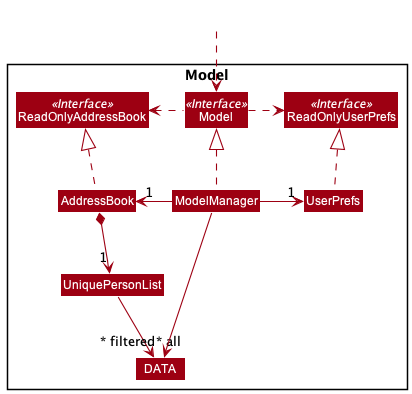
The PlantUML diagram docs/images/ModelClassDiagram.png in whoisjustinngo/tp, before a commit.
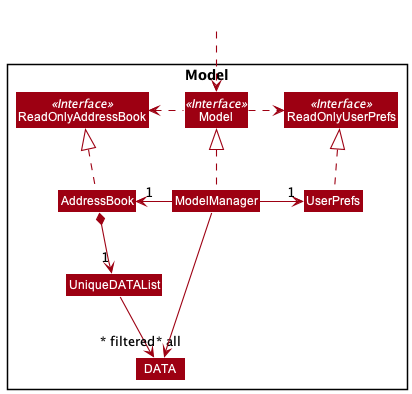
The same diagram one commit later.

Commit message:
Fixes to github pages failed rendering

Diff of the diagram source:
```diff
@@ -16,7 +16,7 @@
 Class ReadOnlyUserPrefs
 
 
-Class UniquePersonList
+Class UniqueDATAList
 Class DATA
 }
 
@@ -32,8 +32,8 @@
 ModelManager -right-> "1" UserPrefs
 UserPrefs .up.|> ReadOnlyUserPrefs
 
-AddressBook *--> "1" UniquePersonList
-UniquePersonList --> "~* all" DATA
+AddressBook *--> "1" UniqueDATAList
+UniqueDATAList --> "~* all" DATA
 ModelManager -->"~* filtered" DATA
 
 
```
